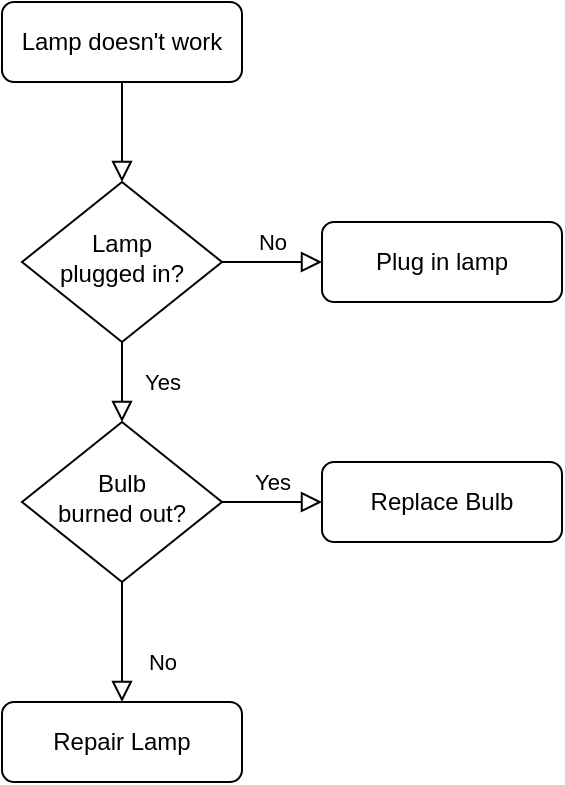
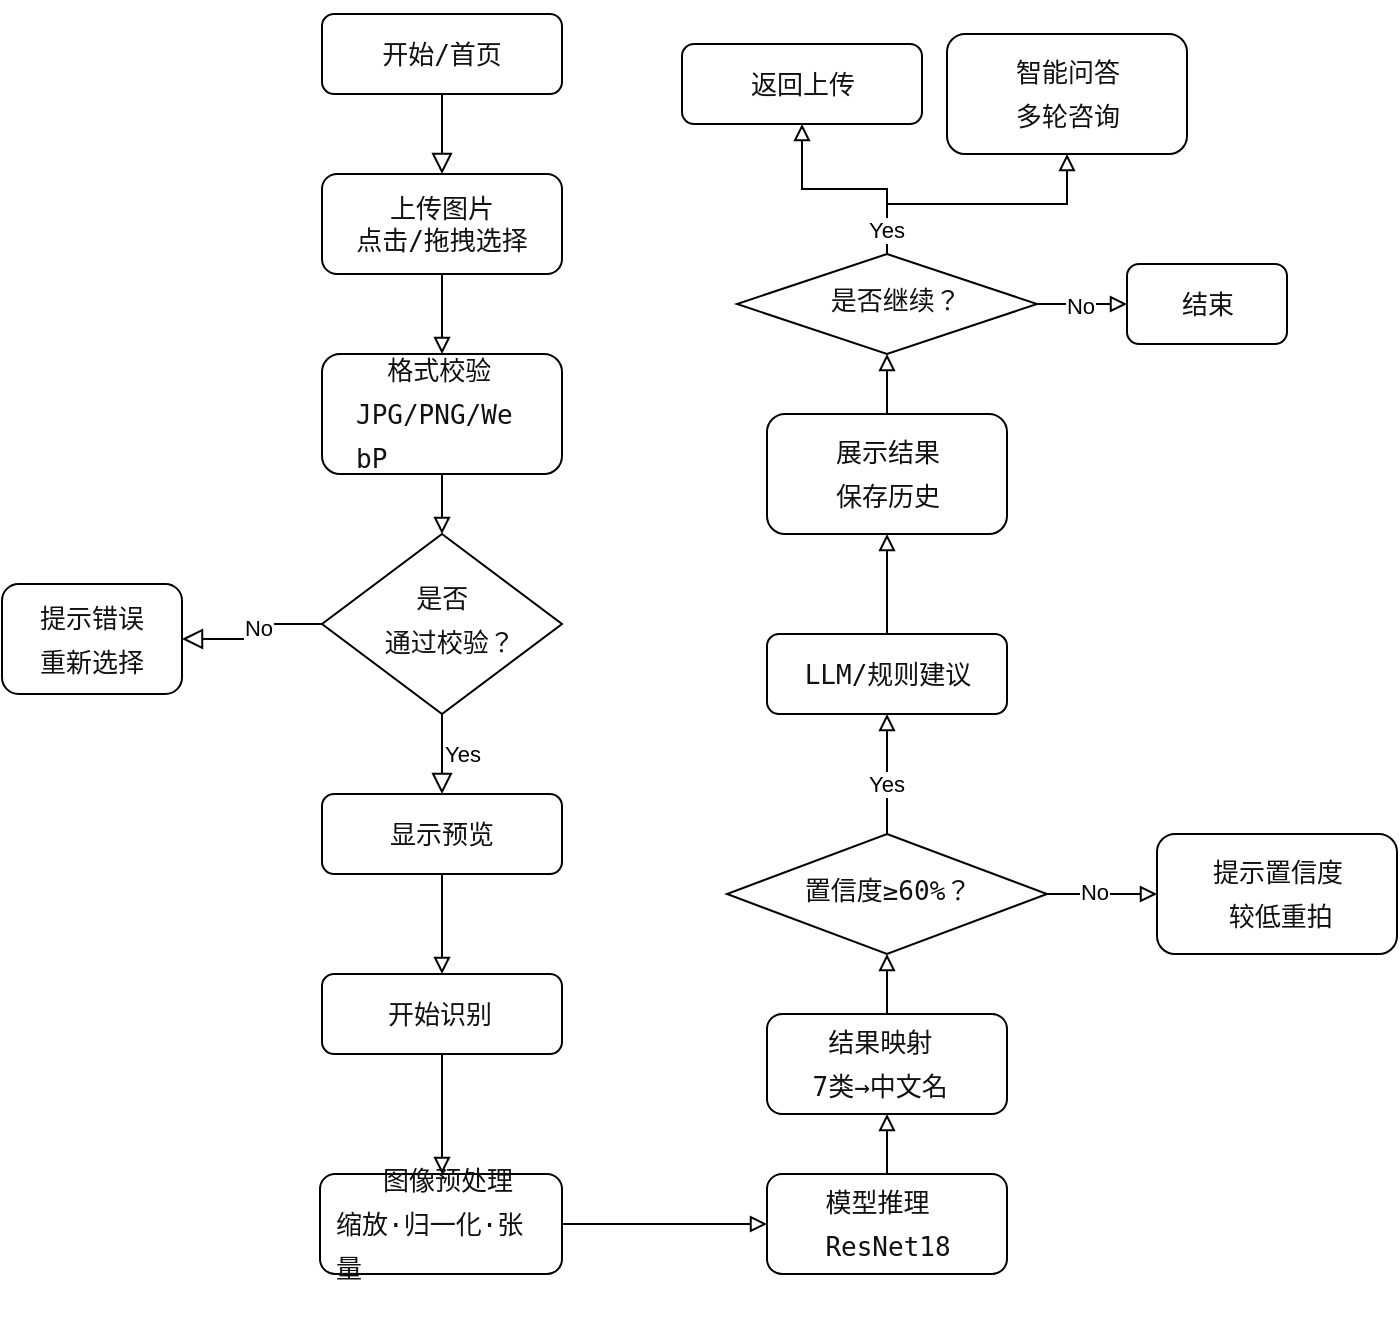
<mxfile host="app.diagrams.net">
  <diagram id="C5RBs43oDa-KdzZeNtuy" name="Page-1">
-     <mxGraphModel dx="1223" dy="898" grid="1" gridSize="10" guides="1" tooltips="1" connect="1" arrows="1" fold="1" page="1" pageScale="1" pageWidth="827" pageHeight="1169" math="0" shadow="0">
+     <mxGraphModel dx="986" dy="700" grid="1" gridSize="10" guides="1" tooltips="1" connect="1" arrows="1" fold="1" page="1" pageScale="1" pageWidth="827" pageHeight="1169" math="0" shadow="0">
      <root>
        <mxCell id="WIyWlLk6GJQsqaUBKTNV-0" />
        <mxCell id="WIyWlLk6GJQsqaUBKTNV-1" parent="WIyWlLk6GJQsqaUBKTNV-0" />
-         <mxCell id="WIyWlLk6GJQsqaUBKTNV-2" value="" style="rounded=0;html=1;jettySize=auto;orthogonalLoop=1;fontSize=11;endArrow=block;endFill=0;endSize=8;strokeWidth=1;shadow=0;labelBackgroundColor=none;edgeStyle=orthogonalEdgeStyle;" parent="WIyWlLk6GJQsqaUBKTNV-1" source="WIyWlLk6GJQsqaUBKTNV-3" target="WIyWlLk6GJQsqaUBKTNV-6" edge="1">
+         <mxCell id="WIyWlLk6GJQsqaUBKTNV-2" edge="1" parent="WIyWlLk6GJQsqaUBKTNV-1" source="WIyWlLk6GJQsqaUBKTNV-3" style="rounded=0;html=1;jettySize=auto;orthogonalLoop=1;fontSize=11;endArrow=block;endFill=0;endSize=8;strokeWidth=1;shadow=0;labelBackgroundColor=none;edgeStyle=orthogonalEdgeStyle;entryX=0.5;entryY=0;entryDx=0;entryDy=0;" target="WIyWlLk6GJQsqaUBKTNV-7" value="">
+           <mxGeometry relative="1" as="geometry">
+             <mxPoint x="220" y="170" as="targetPoint" />
+           </mxGeometry>
+         </mxCell>
+         <mxCell id="WIyWlLk6GJQsqaUBKTNV-3" parent="WIyWlLk6GJQsqaUBKTNV-1" style="rounded=1;whiteSpace=wrap;html=1;fontSize=12;glass=0;strokeWidth=1;shadow=0;" value="&lt;pre style=&quot;font-style: normal; font-variant: normal; font-size-adjust: none; font-language-override: normal; font-kerning: auto; font-optical-sizing: auto; font-feature-settings: normal; font-variation-settings: normal; font-stretch: normal; font-size: 13px; line-height: 22px; font-family: Menlo, Monaco, Consolas, &amp;quot;Cascadia Mono&amp;quot;, &amp;quot;Ubuntu Mono&amp;quot;, &amp;quot;DejaVu Sans Mono&amp;quot;, &amp;quot;Liberation Mono&amp;quot;, &amp;quot;JetBrains Mono&amp;quot;, &amp;quot;Fira Code&amp;quot;, Cousine, &amp;quot;Roboto Mono&amp;quot;, &amp;quot;Courier New&amp;quot;, Courier, sans-serif, system-ui; overflow: auto; white-space: pre-wrap; word-break: break-all; padding: 16px; color: rgb(15, 17, 21); text-align: start; margin: 0px !important;&quot;&gt;开始/首页&lt;/pre&gt;" vertex="1">
+           <mxGeometry height="40" width="120" x="310" y="70" as="geometry" />
+         </mxCell>
+         <mxCell id="Werr4l2Uz_A5VPMG48C6-2" edge="1" parent="WIyWlLk6GJQsqaUBKTNV-1" source="WIyWlLk6GJQsqaUBKTNV-7" style="edgeStyle=orthogonalEdgeStyle;rounded=0;orthogonalLoop=1;jettySize=auto;html=1;endArrow=block;endFill=0;strokeWidth=1;" target="Werr4l2Uz_A5VPMG48C6-1" value="">
          <mxGeometry relative="1" as="geometry" />
        </mxCell>
-         <mxCell id="WIyWlLk6GJQsqaUBKTNV-3" value="Lamp doesn&#39;t work" style="rounded=1;whiteSpace=wrap;html=1;fontSize=12;glass=0;strokeWidth=1;shadow=0;" parent="WIyWlLk6GJQsqaUBKTNV-1" vertex="1">
-           <mxGeometry x="160" y="80" width="120" height="40" as="geometry" />
+         <mxCell id="WIyWlLk6GJQsqaUBKTNV-7" parent="WIyWlLk6GJQsqaUBKTNV-1" style="rounded=1;whiteSpace=wrap;html=1;fontSize=12;glass=0;strokeWidth=1;shadow=0;" value="&lt;span style=&quot;color: rgb(15, 17, 21); font-family: Menlo, Monaco, Consolas, &amp;quot;Cascadia Mono&amp;quot;, &amp;quot;Ubuntu Mono&amp;quot;, &amp;quot;DejaVu Sans Mono&amp;quot;, &amp;quot;Liberation Mono&amp;quot;, &amp;quot;JetBrains Mono&amp;quot;, &amp;quot;Fira Code&amp;quot;, Cousine, &amp;quot;Roboto Mono&amp;quot;, &amp;quot;Courier New&amp;quot;, Courier, sans-serif, system-ui; font-size: 13px; text-align: start; white-space: pre-wrap; background-color: transparent;&quot;&gt;上传图片&lt;/span&gt;&lt;div&gt;&lt;span style=&quot;color: rgb(15, 17, 21); font-family: Menlo, Monaco, Consolas, &amp;quot;Cascadia Mono&amp;quot;, &amp;quot;Ubuntu Mono&amp;quot;, &amp;quot;DejaVu Sans Mono&amp;quot;, &amp;quot;Liberation Mono&amp;quot;, &amp;quot;JetBrains Mono&amp;quot;, &amp;quot;Fira Code&amp;quot;, Cousine, &amp;quot;Roboto Mono&amp;quot;, &amp;quot;Courier New&amp;quot;, Courier, sans-serif, system-ui; font-size: 13px; text-align: start; white-space: pre-wrap; background-color: transparent;&quot;&gt;点击/拖拽选择&lt;/span&gt;&lt;/div&gt;" vertex="1">
+           <mxGeometry height="50" width="120" x="310" y="150" as="geometry" />
        </mxCell>
-         <mxCell id="WIyWlLk6GJQsqaUBKTNV-4" value="Yes" style="rounded=0;html=1;jettySize=auto;orthogonalLoop=1;fontSize=11;endArrow=block;endFill=0;endSize=8;strokeWidth=1;shadow=0;labelBackgroundColor=none;edgeStyle=orthogonalEdgeStyle;" parent="WIyWlLk6GJQsqaUBKTNV-1" source="WIyWlLk6GJQsqaUBKTNV-6" target="WIyWlLk6GJQsqaUBKTNV-10" edge="1">
-           <mxGeometry y="20" relative="1" as="geometry">
+         <mxCell id="WIyWlLk6GJQsqaUBKTNV-8" edge="1" parent="WIyWlLk6GJQsqaUBKTNV-1" source="WIyWlLk6GJQsqaUBKTNV-10" style="rounded=0;html=1;jettySize=auto;orthogonalLoop=1;fontSize=11;endArrow=block;endFill=0;endSize=8;strokeWidth=1;shadow=0;labelBackgroundColor=none;edgeStyle=orthogonalEdgeStyle;" target="WIyWlLk6GJQsqaUBKTNV-11" value="">
+           <mxGeometry relative="1" x="0.3333" y="20" as="geometry">
            <mxPoint as="offset" />
          </mxGeometry>
        </mxCell>
-         <mxCell id="WIyWlLk6GJQsqaUBKTNV-5" value="No" style="edgeStyle=orthogonalEdgeStyle;rounded=0;html=1;jettySize=auto;orthogonalLoop=1;fontSize=11;endArrow=block;endFill=0;endSize=8;strokeWidth=1;shadow=0;labelBackgroundColor=none;" parent="WIyWlLk6GJQsqaUBKTNV-1" source="WIyWlLk6GJQsqaUBKTNV-6" target="WIyWlLk6GJQsqaUBKTNV-7" edge="1">
-           <mxGeometry y="10" relative="1" as="geometry">
+         <mxCell id="Werr4l2Uz_A5VPMG48C6-37" connectable="0" parent="WIyWlLk6GJQsqaUBKTNV-8" style="edgeLabel;html=1;align=center;verticalAlign=middle;resizable=0;points=[];" value="No" vertex="1">
+           <mxGeometry relative="1" x="-0.1742" y="2" as="geometry">
            <mxPoint as="offset" />
          </mxGeometry>
        </mxCell>
-         <mxCell id="WIyWlLk6GJQsqaUBKTNV-6" value="Lamp&lt;br&gt;plugged in?" style="rhombus;whiteSpace=wrap;html=1;shadow=0;fontFamily=Helvetica;fontSize=12;align=center;strokeWidth=1;spacing=6;spacingTop=-4;" parent="WIyWlLk6GJQsqaUBKTNV-1" vertex="1">
-           <mxGeometry x="170" y="170" width="100" height="80" as="geometry" />
-         </mxCell>
-         <mxCell id="WIyWlLk6GJQsqaUBKTNV-7" value="Plug in lamp" style="rounded=1;whiteSpace=wrap;html=1;fontSize=12;glass=0;strokeWidth=1;shadow=0;" parent="WIyWlLk6GJQsqaUBKTNV-1" vertex="1">
-           <mxGeometry x="320" y="190" width="120" height="40" as="geometry" />
-         </mxCell>
-         <mxCell id="WIyWlLk6GJQsqaUBKTNV-8" value="No" style="rounded=0;html=1;jettySize=auto;orthogonalLoop=1;fontSize=11;endArrow=block;endFill=0;endSize=8;strokeWidth=1;shadow=0;labelBackgroundColor=none;edgeStyle=orthogonalEdgeStyle;" parent="WIyWlLk6GJQsqaUBKTNV-1" source="WIyWlLk6GJQsqaUBKTNV-10" target="WIyWlLk6GJQsqaUBKTNV-11" edge="1">
-           <mxGeometry x="0.3333" y="20" relative="1" as="geometry">
+         <mxCell id="WIyWlLk6GJQsqaUBKTNV-9" edge="1" parent="WIyWlLk6GJQsqaUBKTNV-1" source="WIyWlLk6GJQsqaUBKTNV-10" style="edgeStyle=orthogonalEdgeStyle;rounded=0;html=1;jettySize=auto;orthogonalLoop=1;fontSize=11;endArrow=block;endFill=0;endSize=8;strokeWidth=1;shadow=0;labelBackgroundColor=none;" target="WIyWlLk6GJQsqaUBKTNV-12" value="Yes">
+           <mxGeometry relative="1" y="10" as="geometry">
            <mxPoint as="offset" />
          </mxGeometry>
        </mxCell>
-         <mxCell id="WIyWlLk6GJQsqaUBKTNV-9" value="Yes" style="edgeStyle=orthogonalEdgeStyle;rounded=0;html=1;jettySize=auto;orthogonalLoop=1;fontSize=11;endArrow=block;endFill=0;endSize=8;strokeWidth=1;shadow=0;labelBackgroundColor=none;" parent="WIyWlLk6GJQsqaUBKTNV-1" source="WIyWlLk6GJQsqaUBKTNV-10" target="WIyWlLk6GJQsqaUBKTNV-12" edge="1">
-           <mxGeometry y="10" relative="1" as="geometry">
+         <mxCell id="WIyWlLk6GJQsqaUBKTNV-10" parent="WIyWlLk6GJQsqaUBKTNV-1" style="rhombus;whiteSpace=wrap;html=1;shadow=0;fontFamily=Helvetica;fontSize=12;align=center;strokeWidth=1;spacing=6;spacingTop=-4;" value="&lt;pre style=&quot;font-style: normal; font-variant: normal; font-size-adjust: none; font-language-override: normal; font-kerning: auto; font-optical-sizing: auto; font-feature-settings: normal; font-variation-settings: normal; font-stretch: normal; font-size: 13px; line-height: 22px; font-family: Menlo, Monaco, Consolas, &amp;quot;Cascadia Mono&amp;quot;, &amp;quot;Ubuntu Mono&amp;quot;, &amp;quot;DejaVu Sans Mono&amp;quot;, &amp;quot;Liberation Mono&amp;quot;, &amp;quot;JetBrains Mono&amp;quot;, &amp;quot;Fira Code&amp;quot;, Cousine, &amp;quot;Roboto Mono&amp;quot;, &amp;quot;Courier New&amp;quot;, Courier, sans-serif, system-ui; overflow: auto; white-space: pre-wrap; word-break: break-all; padding: 16px; color: rgb(15, 17, 21); text-align: start; margin: 0px !important;&quot;&gt;   是否&lt;br&gt; 通过校验？&lt;/pre&gt;" vertex="1">
+           <mxGeometry height="90" width="120" x="310" y="330" as="geometry" />
+         </mxCell>
+         <mxCell id="WIyWlLk6GJQsqaUBKTNV-11" parent="WIyWlLk6GJQsqaUBKTNV-1" style="rounded=1;whiteSpace=wrap;html=1;fontSize=12;glass=0;strokeWidth=1;shadow=0;" value="&lt;pre style=&quot;font-style: normal; font-variant: normal; font-size-adjust: none; font-language-override: normal; font-kerning: auto; font-optical-sizing: auto; font-feature-settings: normal; font-variation-settings: normal; font-stretch: normal; font-size: 13px; line-height: 22px; font-family: Menlo, Monaco, Consolas, &amp;quot;Cascadia Mono&amp;quot;, &amp;quot;Ubuntu Mono&amp;quot;, &amp;quot;DejaVu Sans Mono&amp;quot;, &amp;quot;Liberation Mono&amp;quot;, &amp;quot;JetBrains Mono&amp;quot;, &amp;quot;Fira Code&amp;quot;, Cousine, &amp;quot;Roboto Mono&amp;quot;, &amp;quot;Courier New&amp;quot;, Courier, sans-serif, system-ui; overflow: auto; white-space: pre-wrap; word-break: break-all; padding: 16px; color: rgb(15, 17, 21); text-align: start; margin: 0px !important;&quot;&gt;提示错误&lt;br&gt;重新选择&lt;/pre&gt;" vertex="1">
+           <mxGeometry height="55" width="90" x="150" y="355" as="geometry" />
+         </mxCell>
+         <mxCell id="Werr4l2Uz_A5VPMG48C6-10" edge="1" parent="WIyWlLk6GJQsqaUBKTNV-1" source="WIyWlLk6GJQsqaUBKTNV-12" style="edgeStyle=orthogonalEdgeStyle;rounded=0;orthogonalLoop=1;jettySize=auto;html=1;endArrow=block;endFill=0;" target="Werr4l2Uz_A5VPMG48C6-6" value="">
+           <mxGeometry relative="1" as="geometry" />
+         </mxCell>
+         <mxCell id="WIyWlLk6GJQsqaUBKTNV-12" parent="WIyWlLk6GJQsqaUBKTNV-1" style="rounded=1;whiteSpace=wrap;html=1;fontSize=12;glass=0;strokeWidth=1;shadow=0;" value="&lt;pre style=&quot;font-style: normal; font-variant: normal; font-size-adjust: none; font-language-override: normal; font-kerning: auto; font-optical-sizing: auto; font-feature-settings: normal; font-variation-settings: normal; font-stretch: normal; font-size: 13px; line-height: 22px; font-family: Menlo, Monaco, Consolas, &amp;quot;Cascadia Mono&amp;quot;, &amp;quot;Ubuntu Mono&amp;quot;, &amp;quot;DejaVu Sans Mono&amp;quot;, &amp;quot;Liberation Mono&amp;quot;, &amp;quot;JetBrains Mono&amp;quot;, &amp;quot;Fira Code&amp;quot;, Cousine, &amp;quot;Roboto Mono&amp;quot;, &amp;quot;Courier New&amp;quot;, Courier, sans-serif, system-ui; overflow: auto; white-space: pre-wrap; word-break: break-all; padding: 16px; color: rgb(15, 17, 21); text-align: start; margin: 0px !important;&quot;&gt;显示预览&lt;/pre&gt;" vertex="1">
+           <mxGeometry height="40" width="120" x="310" y="460" as="geometry" />
+         </mxCell>
+         <mxCell id="Werr4l2Uz_A5VPMG48C6-1" parent="WIyWlLk6GJQsqaUBKTNV-1" style="rounded=1;whiteSpace=wrap;html=1;" value="" vertex="1">
+           <mxGeometry height="60" width="120" x="310" y="240" as="geometry" />
+         </mxCell>
+         <mxCell id="Werr4l2Uz_A5VPMG48C6-4" edge="1" parent="WIyWlLk6GJQsqaUBKTNV-1" source="Werr4l2Uz_A5VPMG48C6-3" style="edgeStyle=orthogonalEdgeStyle;rounded=0;orthogonalLoop=1;jettySize=auto;html=1;endArrow=block;endFill=0;" target="WIyWlLk6GJQsqaUBKTNV-10" value="">
+           <mxGeometry relative="1" as="geometry" />
+         </mxCell>
+         <mxCell id="Werr4l2Uz_A5VPMG48C6-3" parent="WIyWlLk6GJQsqaUBKTNV-1" style="text;html=1;whiteSpace=wrap;strokeColor=none;fillColor=none;align=center;verticalAlign=middle;rounded=0;" value="&lt;pre style=&quot;font-style: normal; font-variant: normal; font-size-adjust: none; font-language-override: normal; font-kerning: auto; font-optical-sizing: auto; font-feature-settings: normal; font-variation-settings: normal; font-stretch: normal; font-size: 13px; line-height: 22px; font-family: Menlo, Monaco, Consolas, &amp;quot;Cascadia Mono&amp;quot;, &amp;quot;Ubuntu Mono&amp;quot;, &amp;quot;DejaVu Sans Mono&amp;quot;, &amp;quot;Liberation Mono&amp;quot;, &amp;quot;JetBrains Mono&amp;quot;, &amp;quot;Fira Code&amp;quot;, Cousine, &amp;quot;Roboto Mono&amp;quot;, &amp;quot;Courier New&amp;quot;, Courier, sans-serif, system-ui; overflow: auto; white-space: pre-wrap; word-break: break-all; padding: 16px; color: rgb(15, 17, 21); text-align: start; margin: 0px !important;&quot;&gt;  格式校验&lt;br&gt;JPG/PNG/WebP&lt;/pre&gt;" vertex="1">
+           <mxGeometry height="60" width="120" x="310" y="240" as="geometry" />
+         </mxCell>
+         <mxCell id="Werr4l2Uz_A5VPMG48C6-23" edge="1" parent="WIyWlLk6GJQsqaUBKTNV-1" source="Werr4l2Uz_A5VPMG48C6-6" style="edgeStyle=orthogonalEdgeStyle;rounded=0;orthogonalLoop=1;jettySize=auto;html=1;endArrow=block;endFill=0;" target="Werr4l2Uz_A5VPMG48C6-11" value="">
+           <mxGeometry relative="1" as="geometry" />
+         </mxCell>
+         <mxCell id="Werr4l2Uz_A5VPMG48C6-6" parent="WIyWlLk6GJQsqaUBKTNV-1" style="rounded=1;whiteSpace=wrap;html=1;" value="" vertex="1">
+           <mxGeometry height="40" width="120" x="310" y="550" as="geometry" />
+         </mxCell>
+         <mxCell id="Werr4l2Uz_A5VPMG48C6-5" parent="WIyWlLk6GJQsqaUBKTNV-1" style="text;html=1;whiteSpace=wrap;strokeColor=none;fillColor=none;align=center;verticalAlign=middle;rounded=0;" value="&lt;pre style=&quot;font-style: normal; font-variant: normal; font-size-adjust: none; font-language-override: normal; font-kerning: auto; font-optical-sizing: auto; font-feature-settings: normal; font-variation-settings: normal; font-stretch: normal; font-size: 13px; line-height: 22px; font-family: Menlo, Monaco, Consolas, &amp;quot;Cascadia Mono&amp;quot;, &amp;quot;Ubuntu Mono&amp;quot;, &amp;quot;DejaVu Sans Mono&amp;quot;, &amp;quot;Liberation Mono&amp;quot;, &amp;quot;JetBrains Mono&amp;quot;, &amp;quot;Fira Code&amp;quot;, Cousine, &amp;quot;Roboto Mono&amp;quot;, &amp;quot;Courier New&amp;quot;, Courier, sans-serif, system-ui; overflow: auto; white-space: pre-wrap; word-break: break-all; padding: 16px; color: rgb(15, 17, 21); text-align: start; margin: 0px !important;&quot;&gt;开始识别&lt;/pre&gt;" vertex="1">
+           <mxGeometry height="30" width="90" x="324" y="555" as="geometry" />
+         </mxCell>
+         <mxCell id="Werr4l2Uz_A5VPMG48C6-72" edge="1" parent="WIyWlLk6GJQsqaUBKTNV-1" source="Werr4l2Uz_A5VPMG48C6-13" style="edgeStyle=orthogonalEdgeStyle;rounded=0;orthogonalLoop=1;jettySize=auto;html=1;endArrow=block;endFill=0;" target="Werr4l2Uz_A5VPMG48C6-15" value="">
+           <mxGeometry relative="1" as="geometry" />
+         </mxCell>
+         <mxCell id="Werr4l2Uz_A5VPMG48C6-13" parent="WIyWlLk6GJQsqaUBKTNV-1" style="rounded=1;whiteSpace=wrap;html=1;" value="" vertex="1">
+           <mxGeometry height="50" width="121" x="309" y="650" as="geometry" />
+         </mxCell>
+         <mxCell id="Werr4l2Uz_A5VPMG48C6-11" parent="WIyWlLk6GJQsqaUBKTNV-1" style="text;html=1;whiteSpace=wrap;strokeColor=none;fillColor=none;align=center;verticalAlign=middle;rounded=0;" value="&lt;pre style=&quot;font-style: normal; font-variant: normal; font-size-adjust: none; font-language-override: normal; font-kerning: auto; font-optical-sizing: auto; font-feature-settings: normal; font-variation-settings: normal; font-stretch: normal; font-size: 13px; line-height: 22px; font-family: Menlo, Monaco, Consolas, &amp;quot;Cascadia Mono&amp;quot;, &amp;quot;Ubuntu Mono&amp;quot;, &amp;quot;DejaVu Sans Mono&amp;quot;, &amp;quot;Liberation Mono&amp;quot;, &amp;quot;JetBrains Mono&amp;quot;, &amp;quot;Fira Code&amp;quot;, Cousine, &amp;quot;Roboto Mono&amp;quot;, &amp;quot;Courier New&amp;quot;, Courier, sans-serif, system-ui; overflow: auto; white-space: pre-wrap; word-break: break-all; padding: 16px; color: rgb(15, 17, 21); text-align: start; margin: 0px !important;&quot;&gt;   图像预处理&lt;br&gt;缩放·归一化·张量&lt;/pre&gt;" vertex="1">
+           <mxGeometry height="50" width="140" x="300" y="650" as="geometry" />
+         </mxCell>
+         <mxCell id="Werr4l2Uz_A5VPMG48C6-74" edge="1" parent="WIyWlLk6GJQsqaUBKTNV-1" source="Werr4l2Uz_A5VPMG48C6-15" style="edgeStyle=orthogonalEdgeStyle;rounded=0;orthogonalLoop=1;jettySize=auto;html=1;endArrow=block;endFill=0;" target="Werr4l2Uz_A5VPMG48C6-19" value="">
+           <mxGeometry relative="1" as="geometry" />
+         </mxCell>
+         <mxCell id="Werr4l2Uz_A5VPMG48C6-15" parent="WIyWlLk6GJQsqaUBKTNV-1" style="rounded=1;whiteSpace=wrap;html=1;" value="" vertex="1">
+           <mxGeometry height="50" width="120" x="532.5" y="650" as="geometry" />
+         </mxCell>
+         <mxCell id="Werr4l2Uz_A5VPMG48C6-18" parent="WIyWlLk6GJQsqaUBKTNV-1" style="text;html=1;whiteSpace=wrap;strokeColor=none;fillColor=none;align=center;verticalAlign=middle;rounded=0;" value="&lt;pre style=&quot;font-style: normal; font-variant: normal; font-size-adjust: none; font-language-override: normal; font-kerning: auto; font-optical-sizing: auto; font-feature-settings: normal; font-variation-settings: normal; font-stretch: normal; font-size: 13px; line-height: 22px; font-family: Menlo, Monaco, Consolas, &amp;quot;Cascadia Mono&amp;quot;, &amp;quot;Ubuntu Mono&amp;quot;, &amp;quot;DejaVu Sans Mono&amp;quot;, &amp;quot;Liberation Mono&amp;quot;, &amp;quot;JetBrains Mono&amp;quot;, &amp;quot;Fira Code&amp;quot;, Cousine, &amp;quot;Roboto Mono&amp;quot;, &amp;quot;Courier New&amp;quot;, Courier, sans-serif, system-ui; overflow: auto; white-space: pre-wrap; word-break: break-all; padding: 16px; color: rgb(15, 17, 21); text-align: start; margin: 0px !important;&quot;&gt;模型推理&lt;br&gt;ResNet18&lt;/pre&gt;" vertex="1">
+           <mxGeometry height="30" width="110" x="537.5" y="660" as="geometry" />
+         </mxCell>
+         <mxCell id="Werr4l2Uz_A5VPMG48C6-75" edge="1" parent="WIyWlLk6GJQsqaUBKTNV-1" source="Werr4l2Uz_A5VPMG48C6-19" style="edgeStyle=orthogonalEdgeStyle;rounded=0;orthogonalLoop=1;jettySize=auto;html=1;endArrow=block;endFill=0;" target="Werr4l2Uz_A5VPMG48C6-28" value="">
+           <mxGeometry relative="1" as="geometry" />
+         </mxCell>
+         <mxCell id="Werr4l2Uz_A5VPMG48C6-19" parent="WIyWlLk6GJQsqaUBKTNV-1" style="rounded=1;whiteSpace=wrap;html=1;" value="" vertex="1">
+           <mxGeometry height="50" width="120" x="532.5" y="570" as="geometry" />
+         </mxCell>
+         <mxCell id="Werr4l2Uz_A5VPMG48C6-24" parent="WIyWlLk6GJQsqaUBKTNV-1" style="text;html=1;whiteSpace=wrap;strokeColor=none;fillColor=none;align=center;verticalAlign=middle;rounded=0;" value="&lt;pre style=&quot;font-style: normal; font-variant: normal; font-size-adjust: none; font-language-override: normal; font-kerning: auto; font-optical-sizing: auto; font-feature-settings: normal; font-variation-settings: normal; font-stretch: normal; font-size: 13px; line-height: 22px; font-family: Menlo, Monaco, Consolas, &amp;quot;Cascadia Mono&amp;quot;, &amp;quot;Ubuntu Mono&amp;quot;, &amp;quot;DejaVu Sans Mono&amp;quot;, &amp;quot;Liberation Mono&amp;quot;, &amp;quot;JetBrains Mono&amp;quot;, &amp;quot;Fira Code&amp;quot;, Cousine, &amp;quot;Roboto Mono&amp;quot;, &amp;quot;Courier New&amp;quot;, Courier, sans-serif, system-ui; overflow: auto; white-space: pre-wrap; word-break: break-all; padding: 16px; color: rgb(15, 17, 21); text-align: start; margin: 0px !important;&quot;&gt; 结果映射&lt;br&gt;7类→中文名 &lt;br&gt;&lt;/pre&gt;" vertex="1">
+           <mxGeometry height="40" width="110" x="537.5" y="575" as="geometry" />
+         </mxCell>
+         <mxCell id="Werr4l2Uz_A5VPMG48C6-31" edge="1" parent="WIyWlLk6GJQsqaUBKTNV-1" source="Werr4l2Uz_A5VPMG48C6-28" style="edgeStyle=orthogonalEdgeStyle;rounded=0;orthogonalLoop=1;jettySize=auto;html=1;endArrow=block;endFill=0;" target="Werr4l2Uz_A5VPMG48C6-30" value="">
+           <mxGeometry relative="1" as="geometry" />
+         </mxCell>
+         <mxCell id="Werr4l2Uz_A5VPMG48C6-35" connectable="0" parent="Werr4l2Uz_A5VPMG48C6-31" style="edgeLabel;html=1;align=center;verticalAlign=middle;resizable=0;points=[];" value="No" vertex="1">
+           <mxGeometry relative="1" x="-0.1511" y="1" as="geometry">
            <mxPoint as="offset" />
          </mxGeometry>
        </mxCell>
-         <mxCell id="WIyWlLk6GJQsqaUBKTNV-10" value="Bulb&lt;br&gt;burned out?" style="rhombus;whiteSpace=wrap;html=1;shadow=0;fontFamily=Helvetica;fontSize=12;align=center;strokeWidth=1;spacing=6;spacingTop=-4;" parent="WIyWlLk6GJQsqaUBKTNV-1" vertex="1">
-           <mxGeometry x="170" y="290" width="100" height="80" as="geometry" />
+         <mxCell id="Werr4l2Uz_A5VPMG48C6-68" edge="1" parent="WIyWlLk6GJQsqaUBKTNV-1" source="Werr4l2Uz_A5VPMG48C6-28" style="edgeStyle=orthogonalEdgeStyle;rounded=0;orthogonalLoop=1;jettySize=auto;html=1;endArrow=block;endFill=0;" target="Werr4l2Uz_A5VPMG48C6-29" value="">
+           <mxGeometry relative="1" as="geometry" />
        </mxCell>
-         <mxCell id="WIyWlLk6GJQsqaUBKTNV-11" value="Repair Lamp" style="rounded=1;whiteSpace=wrap;html=1;fontSize=12;glass=0;strokeWidth=1;shadow=0;" parent="WIyWlLk6GJQsqaUBKTNV-1" vertex="1">
-           <mxGeometry x="160" y="430" width="120" height="40" as="geometry" />
+         <mxCell id="Werr4l2Uz_A5VPMG48C6-69" connectable="0" parent="Werr4l2Uz_A5VPMG48C6-68" style="edgeLabel;html=1;align=center;verticalAlign=middle;resizable=0;points=[];" value="Yes" vertex="1">
+           <mxGeometry relative="1" x="-0.14" y="2" as="geometry">
+             <mxPoint x="1" y="1" as="offset" />
+           </mxGeometry>
        </mxCell>
-         <mxCell id="WIyWlLk6GJQsqaUBKTNV-12" value="Replace Bulb" style="rounded=1;whiteSpace=wrap;html=1;fontSize=12;glass=0;strokeWidth=1;shadow=0;" parent="WIyWlLk6GJQsqaUBKTNV-1" vertex="1">
-           <mxGeometry x="320" y="310" width="120" height="40" as="geometry" />
+         <mxCell id="Werr4l2Uz_A5VPMG48C6-28" parent="WIyWlLk6GJQsqaUBKTNV-1" style="rhombus;whiteSpace=wrap;html=1;shadow=0;fontFamily=Helvetica;fontSize=12;align=center;strokeWidth=1;spacing=6;spacingTop=-4;" value="&lt;pre style=&quot;font-style: normal; font-variant: normal; font-size-adjust: none; font-language-override: normal; font-kerning: auto; font-optical-sizing: auto; font-feature-settings: normal; font-variation-settings: normal; font-stretch: normal; font-size: 13px; line-height: 22px; font-family: Menlo, Monaco, Consolas, &amp;quot;Cascadia Mono&amp;quot;, &amp;quot;Ubuntu Mono&amp;quot;, &amp;quot;DejaVu Sans Mono&amp;quot;, &amp;quot;Liberation Mono&amp;quot;, &amp;quot;JetBrains Mono&amp;quot;, &amp;quot;Fira Code&amp;quot;, Cousine, &amp;quot;Roboto Mono&amp;quot;, &amp;quot;Courier New&amp;quot;, Courier, sans-serif, system-ui; overflow: auto; white-space: pre-wrap; word-break: break-all; padding: 16px; color: rgb(15, 17, 21); text-align: start; margin: 0px !important;&quot;&gt;&lt;pre style=&quot;font-style: normal; font-variant: normal; font-size-adjust: none; font-language-override: normal; font-kerning: auto; font-optical-sizing: auto; font-feature-settings: normal; font-variation-settings: normal; font-stretch: normal; font-size: 13px; line-height: 22px; font-family: Menlo, Monaco, Consolas, &amp;quot;Cascadia Mono&amp;quot;, &amp;quot;Ubuntu Mono&amp;quot;, &amp;quot;DejaVu Sans Mono&amp;quot;, &amp;quot;Liberation Mono&amp;quot;, &amp;quot;JetBrains Mono&amp;quot;, &amp;quot;Fira Code&amp;quot;, Cousine, &amp;quot;Roboto Mono&amp;quot;, &amp;quot;Courier New&amp;quot;, Courier, sans-serif, system-ui; overflow: auto; white-space: pre-wrap; word-break: break-all; padding: 16px; margin: 0px !important;&quot;&gt;置信度≥60%？&lt;/pre&gt;&lt;/pre&gt;" vertex="1">
+           <mxGeometry height="60" width="160" x="512.5" y="480" as="geometry" />
+         </mxCell>
+         <mxCell id="Werr4l2Uz_A5VPMG48C6-67" edge="1" parent="WIyWlLk6GJQsqaUBKTNV-1" source="Werr4l2Uz_A5VPMG48C6-29" style="edgeStyle=orthogonalEdgeStyle;rounded=0;orthogonalLoop=1;jettySize=auto;html=1;endArrow=block;endFill=0;" target="Werr4l2Uz_A5VPMG48C6-38" value="">
+           <mxGeometry relative="1" as="geometry" />
+         </mxCell>
+         <mxCell id="Werr4l2Uz_A5VPMG48C6-29" parent="WIyWlLk6GJQsqaUBKTNV-1" style="rounded=1;whiteSpace=wrap;html=1;" value="" vertex="1">
+           <mxGeometry height="40" width="120" x="532.5" y="380" as="geometry" />
+         </mxCell>
+         <mxCell id="Werr4l2Uz_A5VPMG48C6-30" parent="WIyWlLk6GJQsqaUBKTNV-1" style="rounded=1;whiteSpace=wrap;html=1;" value="" vertex="1">
+           <mxGeometry height="60" width="120" x="727.5" y="480" as="geometry" />
+         </mxCell>
+         <mxCell id="Werr4l2Uz_A5VPMG48C6-33" parent="WIyWlLk6GJQsqaUBKTNV-1" style="text;html=1;whiteSpace=wrap;strokeColor=none;fillColor=none;align=center;verticalAlign=middle;rounded=0;" value="&lt;pre style=&quot;font-style: normal; font-variant: normal; font-size-adjust: none; font-language-override: normal; font-kerning: auto; font-optical-sizing: auto; font-feature-settings: normal; font-variation-settings: normal; font-stretch: normal; font-size: 13px; line-height: 22px; font-family: Menlo, Monaco, Consolas, &amp;quot;Cascadia Mono&amp;quot;, &amp;quot;Ubuntu Mono&amp;quot;, &amp;quot;DejaVu Sans Mono&amp;quot;, &amp;quot;Liberation Mono&amp;quot;, &amp;quot;JetBrains Mono&amp;quot;, &amp;quot;Fira Code&amp;quot;, Cousine, &amp;quot;Roboto Mono&amp;quot;, &amp;quot;Courier New&amp;quot;, Courier, sans-serif, system-ui; overflow: auto; white-space: pre-wrap; word-break: break-all; padding: 16px; color: rgb(15, 17, 21); text-align: start; margin: 0px !important;&quot;&gt;LLM/规则建议&lt;/pre&gt;" vertex="1">
+           <mxGeometry height="30" width="120" x="532.5" y="385" as="geometry" />
+         </mxCell>
+         <mxCell id="Werr4l2Uz_A5VPMG48C6-34" parent="WIyWlLk6GJQsqaUBKTNV-1" style="text;html=1;whiteSpace=wrap;strokeColor=none;fillColor=none;align=center;verticalAlign=middle;rounded=0;" value="&lt;pre style=&quot;font-style: normal; font-variant: normal; font-size-adjust: none; font-language-override: normal; font-kerning: auto; font-optical-sizing: auto; font-feature-settings: normal; font-variation-settings: normal; font-stretch: normal; font-size: 13px; line-height: 22px; font-family: Menlo, Monaco, Consolas, &amp;quot;Cascadia Mono&amp;quot;, &amp;quot;Ubuntu Mono&amp;quot;, &amp;quot;DejaVu Sans Mono&amp;quot;, &amp;quot;Liberation Mono&amp;quot;, &amp;quot;JetBrains Mono&amp;quot;, &amp;quot;Fira Code&amp;quot;, Cousine, &amp;quot;Roboto Mono&amp;quot;, &amp;quot;Courier New&amp;quot;, Courier, sans-serif, system-ui; overflow: auto; white-space: pre-wrap; word-break: break-all; padding: 16px; color: rgb(15, 17, 21); text-align: start; margin: 0px !important;&quot;&gt;提示置信度&lt;br&gt; 较低重拍&lt;/pre&gt;" vertex="1">
+           <mxGeometry height="30" width="100" x="737.5" y="495" as="geometry" />
+         </mxCell>
+         <mxCell id="Werr4l2Uz_A5VPMG48C6-46" edge="1" parent="WIyWlLk6GJQsqaUBKTNV-1" source="Werr4l2Uz_A5VPMG48C6-38" style="edgeStyle=orthogonalEdgeStyle;rounded=0;orthogonalLoop=1;jettySize=auto;html=1;endArrow=block;endFill=0;" target="Werr4l2Uz_A5VPMG48C6-41" value="">
+           <mxGeometry relative="1" as="geometry" />
+         </mxCell>
+         <mxCell id="Werr4l2Uz_A5VPMG48C6-38" parent="WIyWlLk6GJQsqaUBKTNV-1" style="rounded=1;whiteSpace=wrap;html=1;" value="" vertex="1">
+           <mxGeometry height="60" width="120" x="532.5" y="270" as="geometry" />
+         </mxCell>
+         <mxCell id="Werr4l2Uz_A5VPMG48C6-39" parent="WIyWlLk6GJQsqaUBKTNV-1" style="text;html=1;whiteSpace=wrap;strokeColor=none;fillColor=none;align=center;verticalAlign=middle;rounded=0;" value="&lt;pre style=&quot;font-style: normal; font-variant: normal; font-size-adjust: none; font-language-override: normal; font-kerning: auto; font-optical-sizing: auto; font-feature-settings: normal; font-variation-settings: normal; font-stretch: normal; font-size: 13px; line-height: 22px; font-family: Menlo, Monaco, Consolas, &amp;quot;Cascadia Mono&amp;quot;, &amp;quot;Ubuntu Mono&amp;quot;, &amp;quot;DejaVu Sans Mono&amp;quot;, &amp;quot;Liberation Mono&amp;quot;, &amp;quot;JetBrains Mono&amp;quot;, &amp;quot;Fira Code&amp;quot;, Cousine, &amp;quot;Roboto Mono&amp;quot;, &amp;quot;Courier New&amp;quot;, Courier, sans-serif, system-ui; overflow: auto; white-space: pre-wrap; word-break: break-all; padding: 16px; color: rgb(15, 17, 21); text-align: start; margin: 0px !important;&quot;&gt;展示结果&lt;br&gt;保存历史&lt;/pre&gt;" vertex="1">
+           <mxGeometry height="40" width="90" x="547.5" y="280" as="geometry" />
+         </mxCell>
+         <mxCell id="Werr4l2Uz_A5VPMG48C6-52" edge="1" parent="WIyWlLk6GJQsqaUBKTNV-1" source="Werr4l2Uz_A5VPMG48C6-41" style="edgeStyle=orthogonalEdgeStyle;rounded=0;orthogonalLoop=1;jettySize=auto;html=1;endArrow=block;endFill=0;" target="Werr4l2Uz_A5VPMG48C6-47" value="">
+           <mxGeometry relative="1" as="geometry" />
+         </mxCell>
+         <mxCell id="Werr4l2Uz_A5VPMG48C6-61" edge="1" parent="WIyWlLk6GJQsqaUBKTNV-1" source="Werr4l2Uz_A5VPMG48C6-41" style="edgeStyle=orthogonalEdgeStyle;rounded=0;orthogonalLoop=1;jettySize=auto;html=1;endArrow=block;endFill=0;" target="Werr4l2Uz_A5VPMG48C6-60" value="">
+           <mxGeometry relative="1" as="geometry" />
+         </mxCell>
+         <mxCell id="Werr4l2Uz_A5VPMG48C6-62" connectable="0" parent="Werr4l2Uz_A5VPMG48C6-61" style="edgeLabel;html=1;align=center;verticalAlign=middle;resizable=0;points=[];" value="No" vertex="1">
+           <mxGeometry relative="1" x="-0.0667" y="-1" as="geometry">
+             <mxPoint as="offset" />
+           </mxGeometry>
+         </mxCell>
+         <mxCell id="Werr4l2Uz_A5VPMG48C6-41" parent="WIyWlLk6GJQsqaUBKTNV-1" style="rhombus;whiteSpace=wrap;html=1;shadow=0;fontFamily=Helvetica;fontSize=12;align=center;strokeWidth=1;spacing=6;spacingTop=-4;" value="&lt;pre style=&quot;font-style: normal; font-variant: normal; font-size-adjust: none; font-language-override: normal; font-kerning: auto; font-optical-sizing: auto; font-feature-settings: normal; font-variation-settings: normal; font-stretch: normal; font-size: 13px; line-height: 22px; font-family: Menlo, Monaco, Consolas, &amp;quot;Cascadia Mono&amp;quot;, &amp;quot;Ubuntu Mono&amp;quot;, &amp;quot;DejaVu Sans Mono&amp;quot;, &amp;quot;Liberation Mono&amp;quot;, &amp;quot;JetBrains Mono&amp;quot;, &amp;quot;Fira Code&amp;quot;, Cousine, &amp;quot;Roboto Mono&amp;quot;, &amp;quot;Courier New&amp;quot;, Courier, sans-serif, system-ui; overflow: auto; white-space: pre-wrap; word-break: break-all; padding: 16px; color: rgb(15, 17, 21); text-align: start; margin: 0px !important;&quot;&gt;&lt;pre style=&quot;font-style: normal; font-variant: normal; font-size-adjust: none; font-language-override: normal; font-kerning: auto; font-optical-sizing: auto; font-feature-settings: normal; font-variation-settings: normal; font-stretch: normal; font-size: 13px; line-height: 22px; font-family: Menlo, Monaco, Consolas, &amp;quot;Cascadia Mono&amp;quot;, &amp;quot;Ubuntu Mono&amp;quot;, &amp;quot;DejaVu Sans Mono&amp;quot;, &amp;quot;Liberation Mono&amp;quot;, &amp;quot;JetBrains Mono&amp;quot;, &amp;quot;Fira Code&amp;quot;, Cousine, &amp;quot;Roboto Mono&amp;quot;, &amp;quot;Courier New&amp;quot;, Courier, sans-serif, system-ui; overflow: auto; white-space: pre-wrap; word-break: break-all; padding: 16px; margin: 0px !important;&quot;&gt; 是否继续？&lt;/pre&gt;&lt;/pre&gt;" vertex="1">
+           <mxGeometry height="50" width="150" x="517.5" y="190" as="geometry" />
+         </mxCell>
+         <mxCell id="Werr4l2Uz_A5VPMG48C6-47" parent="WIyWlLk6GJQsqaUBKTNV-1" style="rounded=1;whiteSpace=wrap;html=1;" value="" vertex="1">
+           <mxGeometry height="40" width="120" x="490" y="85" as="geometry" />
+         </mxCell>
+         <mxCell id="Werr4l2Uz_A5VPMG48C6-48" parent="WIyWlLk6GJQsqaUBKTNV-1" style="text;html=1;whiteSpace=wrap;strokeColor=none;fillColor=none;align=center;verticalAlign=middle;rounded=0;" value="&lt;pre style=&quot;font-style: normal; font-variant: normal; font-size-adjust: none; font-language-override: normal; font-kerning: auto; font-optical-sizing: auto; font-feature-settings: normal; font-variation-settings: normal; font-stretch: normal; font-size: 13px; line-height: 22px; font-family: Menlo, Monaco, Consolas, &amp;quot;Cascadia Mono&amp;quot;, &amp;quot;Ubuntu Mono&amp;quot;, &amp;quot;DejaVu Sans Mono&amp;quot;, &amp;quot;Liberation Mono&amp;quot;, &amp;quot;JetBrains Mono&amp;quot;, &amp;quot;Fira Code&amp;quot;, Cousine, &amp;quot;Roboto Mono&amp;quot;, &amp;quot;Courier New&amp;quot;, Courier, sans-serif, system-ui; overflow: auto; white-space: pre-wrap; word-break: break-all; padding: 16px; color: rgb(15, 17, 21); text-align: start; margin: 0px !important;&quot;&gt;返回上传&lt;/pre&gt;" vertex="1">
+           <mxGeometry height="30" width="105" x="497.5" y="90" as="geometry" />
+         </mxCell>
+         <mxCell id="Werr4l2Uz_A5VPMG48C6-57" edge="1" parent="WIyWlLk6GJQsqaUBKTNV-1" source="Werr4l2Uz_A5VPMG48C6-55" style="edgeStyle=orthogonalEdgeStyle;rounded=0;orthogonalLoop=1;jettySize=auto;html=1;startArrow=block;startFill=0;endArrow=none;endFill=0;" target="Werr4l2Uz_A5VPMG48C6-41" value="">
+           <mxGeometry relative="1" as="geometry" />
+         </mxCell>
+         <mxCell id="Werr4l2Uz_A5VPMG48C6-58" connectable="0" parent="Werr4l2Uz_A5VPMG48C6-57" style="edgeLabel;html=1;align=center;verticalAlign=middle;resizable=0;points=[];" value="Yes" vertex="1">
+           <mxGeometry relative="1" x="0.8286" y="-1" as="geometry">
+             <mxPoint as="offset" />
+           </mxGeometry>
+         </mxCell>
+         <mxCell id="Werr4l2Uz_A5VPMG48C6-55" parent="WIyWlLk6GJQsqaUBKTNV-1" style="rounded=1;whiteSpace=wrap;html=1;" value="" vertex="1">
+           <mxGeometry height="60" width="120" x="622.5" y="80" as="geometry" />
+         </mxCell>
+         <mxCell id="Werr4l2Uz_A5VPMG48C6-56" parent="WIyWlLk6GJQsqaUBKTNV-1" style="text;html=1;whiteSpace=wrap;strokeColor=none;fillColor=none;align=center;verticalAlign=middle;rounded=0;" value="&lt;pre style=&quot;font-style: normal; font-variant: normal; font-size-adjust: none; font-language-override: normal; font-kerning: auto; font-optical-sizing: auto; font-feature-settings: normal; font-variation-settings: normal; font-stretch: normal; font-size: 13px; line-height: 22px; font-family: Menlo, Monaco, Consolas, &amp;quot;Cascadia Mono&amp;quot;, &amp;quot;Ubuntu Mono&amp;quot;, &amp;quot;DejaVu Sans Mono&amp;quot;, &amp;quot;Liberation Mono&amp;quot;, &amp;quot;JetBrains Mono&amp;quot;, &amp;quot;Fira Code&amp;quot;, Cousine, &amp;quot;Roboto Mono&amp;quot;, &amp;quot;Courier New&amp;quot;, Courier, sans-serif, system-ui; overflow: auto; white-space: pre-wrap; word-break: break-all; padding: 16px; color: rgb(15, 17, 21); text-align: start; margin: 0px !important;&quot;&gt;智能问答&lt;br&gt;多轮咨询&lt;/pre&gt;" vertex="1">
+           <mxGeometry height="40" width="90" x="637.5" y="90" as="geometry" />
+         </mxCell>
+         <mxCell id="Werr4l2Uz_A5VPMG48C6-60" parent="WIyWlLk6GJQsqaUBKTNV-1" style="rounded=1;whiteSpace=wrap;html=1;" value="" vertex="1">
+           <mxGeometry height="40" width="80" x="712.5" y="195" as="geometry" />
+         </mxCell>
+         <mxCell id="Werr4l2Uz_A5VPMG48C6-59" parent="WIyWlLk6GJQsqaUBKTNV-1" style="text;html=1;whiteSpace=wrap;strokeColor=none;fillColor=none;align=center;verticalAlign=middle;rounded=0;" value="&lt;pre style=&quot;font-style: normal; font-variant: normal; font-size-adjust: none; font-language-override: normal; font-kerning: auto; font-optical-sizing: auto; font-feature-settings: normal; font-variation-settings: normal; font-stretch: normal; font-size: 13px; line-height: 22px; font-family: Menlo, Monaco, Consolas, &amp;quot;Cascadia Mono&amp;quot;, &amp;quot;Ubuntu Mono&amp;quot;, &amp;quot;DejaVu Sans Mono&amp;quot;, &amp;quot;Liberation Mono&amp;quot;, &amp;quot;JetBrains Mono&amp;quot;, &amp;quot;Fira Code&amp;quot;, Cousine, &amp;quot;Roboto Mono&amp;quot;, &amp;quot;Courier New&amp;quot;, Courier, sans-serif, system-ui; overflow: auto; white-space: pre-wrap; word-break: break-all; padding: 16px; color: rgb(15, 17, 21); text-align: start; margin: 0px !important;&quot;&gt;结束&lt;/pre&gt;" vertex="1">
+           <mxGeometry height="30" width="60" x="722.5" y="200" as="geometry" />
        </mxCell>
      </root>
    </mxGraphModel>
  </diagram>
</mxfile>
